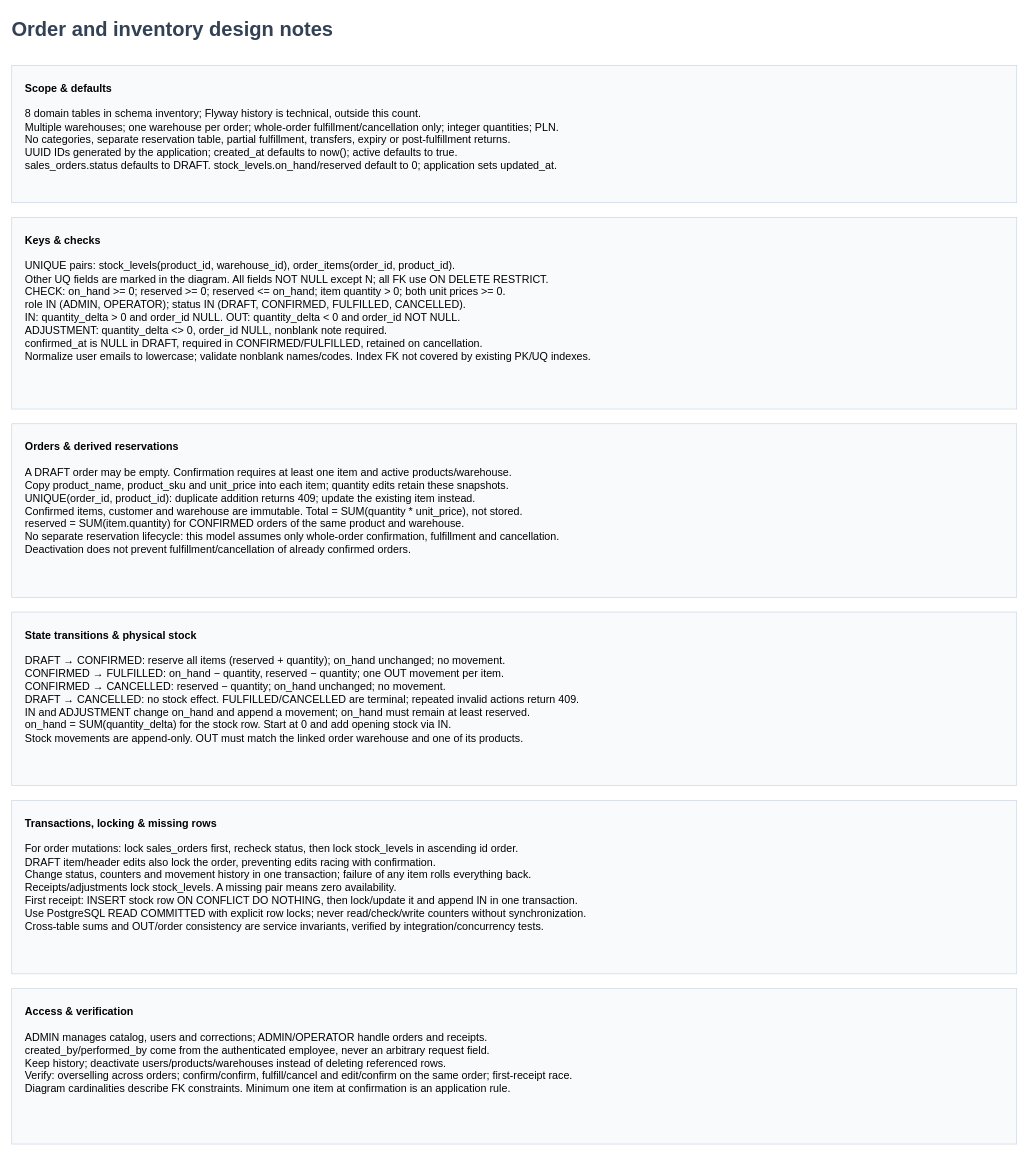
The draw.io diagram page "Design notes" (2 of 2) of docs/schema-design.drawio in bartlomiej-milosz/order-inventory-system, before the edit. Source tidied: cells renumbered, new cells numbered last; positions are measured from the earlier drawing's top-left corner, leaving out a move shared by most shapes. Both pictures are drawn from the tidied source at 67%, with x=0, y=0 at pixel (11, 11).
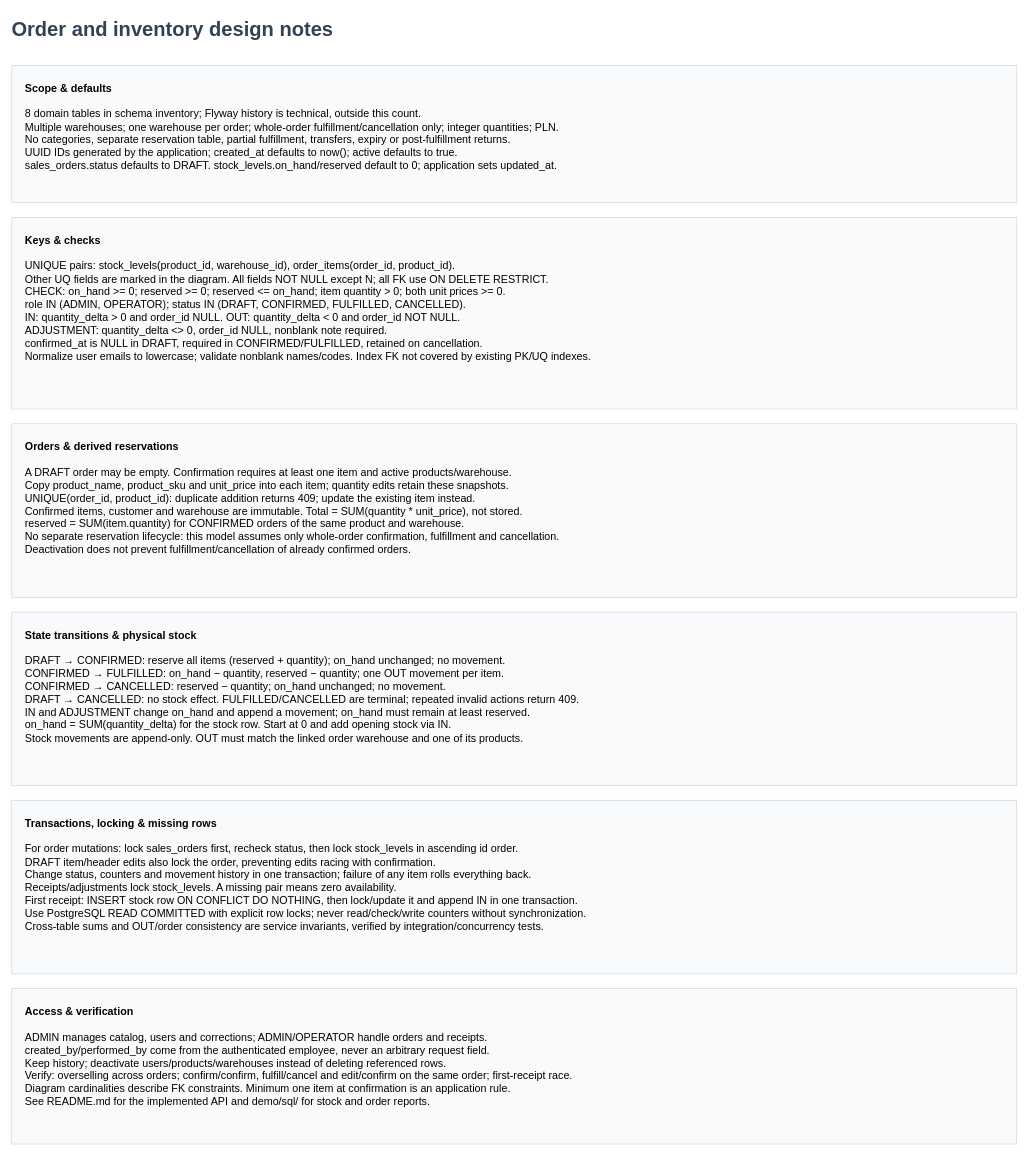
Above is the later version.

Commit message (it also covers changes not shown here):
docs: guide local development and deployment from the README

Change to the diagram source:
```diff
@@
 <mxGraphModel background="#ffffff">
   <root>
     <mxCell id="0" />
     <mxCell id="1" parent="0" />
     <mxCell id="2" value="Order and inventory design notes" style="text;html=1;whiteSpace=wrap;align=left;verticalAlign=middle;fontFamily=Helvetica;fontSize=16;fontColor=#334155;spacing=0;fontSize=30;fontStyle=1;" parent="1" vertex="1">
       <mxGeometry width="1450" height="50" as="geometry" />
     </mxCell>
     <mxCell id="3" value="&lt;b&gt;Scope &amp; defaults&lt;/b&gt;&lt;br&gt;&lt;br&gt;8 domain tables in schema inventory; Flyway history is technical, outside this count.&lt;br&gt;Multiple warehouses; one warehouse per order; whole-order fulfillment/cancellation only; integer quantities; PLN.&lt;br&gt;No categories, separate reservation table, partial fulfillment, transfers, expiry or post-fulfillment returns.&lt;br&gt;UUID IDs generated by the application; created_at defaults to now(); active defaults to true.&lt;br&gt;sales_orders.status defaults to DRAFT. stock_levels.on_hand/reserved default to 0; application sets updated_at." style="rounded=0;html=1;whiteSpace=wrap;align=left;verticalAlign=top;spacing=20;fontFamily=Helvetica;fontSize=16;fillColor=#f8fafc;strokeColor=#cbd5e1;" parent="1" vertex="1">
       <mxGeometry y="80" width="1500" height="205" as="geometry" />
     </mxCell>
     <mxCell id="4" value="&lt;b&gt;Keys &amp; checks&lt;/b&gt;&lt;br&gt;&lt;br&gt;UNIQUE pairs: stock_levels(product_id, warehouse_id), order_items(order_id, product_id).&lt;br&gt;Other UQ fields are marked in the diagram. All fields NOT NULL except N; all FK use ON DELETE RESTRICT.&lt;br&gt;CHECK: on_hand &amp;gt;= 0; reserved &amp;gt;= 0; reserved &amp;lt;= on_hand; item quantity &amp;gt; 0; both unit prices &amp;gt;= 0.&lt;br&gt;role IN (ADMIN, OPERATOR); status IN (DRAFT, CONFIRMED, FULFILLED, CANCELLED).&lt;br&gt;IN: quantity_delta &amp;gt; 0 and order_id NULL. OUT: quantity_delta &amp;lt; 0 and order_id NOT NULL.&lt;br&gt;ADJUSTMENT: quantity_delta &amp;lt;&amp;gt; 0, order_id NULL, nonblank note required.&lt;br&gt;confirmed_at is NULL in DRAFT, required in CONFIRMED/FULFILLED, retained on cancellation.&lt;br&gt;Normalize user emails to lowercase; validate nonblank names/codes. Index FK not covered by existing PK/UQ indexes." style="rounded=0;html=1;whiteSpace=wrap;align=left;verticalAlign=top;spacing=20;fontFamily=Helvetica;fontSize=16;fillColor=#f8fafc;strokeColor=#cbd5e1;" parent="1" vertex="1">
       <mxGeometry y="307" width="1500" height="286" as="geometry" />
     </mxCell>
     <mxCell id="5" value="&lt;b&gt;Orders &amp; derived reservations&lt;/b&gt;&lt;br&gt;&lt;br&gt;A DRAFT order may be empty. Confirmation requires at least one item and active products/warehouse.&lt;br&gt;Copy product_name, product_sku and unit_price into each item; quantity edits retain these snapshots.&lt;br&gt;UNIQUE(order_id, product_id): duplicate addition returns 409; update the existing item instead.&lt;br&gt;Confirmed items, customer and warehouse are immutable. Total = SUM(quantity * unit_price), not stored.&lt;br&gt;reserved = SUM(item.quantity) for CONFIRMED orders of the same product and warehouse.&lt;br&gt;No separate reservation lifecycle: this model assumes only whole-order confirmation, fulfillment and cancellation.&lt;br&gt;Deactivation does not prevent fulfillment/cancellation of already confirmed orders." style="rounded=0;html=1;whiteSpace=wrap;align=left;verticalAlign=top;spacing=20;fontFamily=Helvetica;fontSize=16;fillColor=#f8fafc;strokeColor=#cbd5e1;" parent="1" vertex="1">
       <mxGeometry y="615" width="1500" height="259" as="geometry" />
     </mxCell>
     <mxCell id="6" value="&lt;b&gt;State transitions &amp; physical stock&lt;/b&gt;&lt;br&gt;&lt;br&gt;DRAFT → CONFIRMED: reserve all items (reserved + quantity); on_hand unchanged; no movement.&lt;br&gt;CONFIRMED → FULFILLED: on_hand − quantity, reserved − quantity; one OUT movement per item.&lt;br&gt;CONFIRMED → CANCELLED: reserved − quantity; on_hand unchanged; no movement.&lt;br&gt;DRAFT → CANCELLED: no stock effect. FULFILLED/CANCELLED are terminal; repeated invalid actions return 409.&lt;br&gt;IN and ADJUSTMENT change on_hand and append a movement; on_hand must remain at least reserved.&lt;br&gt;on_hand = SUM(quantity_delta) for the stock row. Start at 0 and add opening stock via IN.&lt;br&gt;Stock movements are append-only. OUT must match the linked order warehouse and one of its products." style="rounded=0;html=1;whiteSpace=wrap;align=left;verticalAlign=top;spacing=20;fontFamily=Helvetica;fontSize=16;fillColor=#f8fafc;strokeColor=#cbd5e1;" parent="1" vertex="1">
       <mxGeometry y="896" width="1500" height="259" as="geometry" />
     </mxCell>
     <mxCell id="7" value="&lt;b&gt;Transactions, locking &amp; missing rows&lt;/b&gt;&lt;br&gt;&lt;br&gt;For order mutations: lock sales_orders first, recheck status, then lock stock_levels in ascending id order.&lt;br&gt;DRAFT item/header edits also lock the order, preventing edits racing with confirmation.&lt;br&gt;Change status, counters and movement history in one transaction; failure of any item rolls everything back.&lt;br&gt;Receipts/adjustments lock stock_levels. A missing pair means zero availability.&lt;br&gt;First receipt: INSERT stock row ON CONFLICT DO NOTHING, then lock/update it and append IN in one transaction.&lt;br&gt;Use PostgreSQL READ COMMITTED with explicit row locks; never read/check/write counters without synchronization.&lt;br&gt;Cross-table sums and OUT/order consistency are service invariants, verified by integration/concurrency tests." style="rounded=0;html=1;whiteSpace=wrap;align=left;verticalAlign=top;spacing=20;fontFamily=Helvetica;fontSize=16;fillColor=#f8fafc;strokeColor=#cbd5e1;" parent="1" vertex="1">
       <mxGeometry y="1177" width="1500" height="259" as="geometry" />
     </mxCell>
-    <mxCell id="8" value="&lt;b&gt;Access &amp; verification&lt;/b&gt;&lt;br&gt;&lt;br&gt;ADMIN manages catalog, users and corrections; ADMIN/OPERATOR handle orders and receipts.&lt;br&gt;created_by/performed_by come from the authenticated employee, never an arbitrary request field.&lt;br&gt;Keep history; deactivate users/products/warehouses instead of deleting referenced rows.&lt;br&gt;Verify: overselling across orders; confirm/confirm, fulfill/cancel and edit/confirm on the same order; first-receipt race.&lt;br&gt;Diagram cardinalities describe FK constraints. Minimum one item at confirmation is an application rule." style="rounded=0;html=1;whiteSpace=wrap;align=left;verticalAlign=top;spacing=20;fontFamily=Helvetica;fontSize=16;fillColor=#f8fafc;strokeColor=#cbd5e1;" parent="1" vertex="1">
+    <mxCell id="8" value="&lt;b&gt;Access &amp; verification&lt;/b&gt;&lt;br&gt;&lt;br&gt;ADMIN manages catalog, users and corrections; ADMIN/OPERATOR handle orders and receipts.&lt;br&gt;created_by/performed_by come from the authenticated employee, never an arbitrary request field.&lt;br&gt;Keep history; deactivate users/products/warehouses instead of deleting referenced rows.&lt;br&gt;Verify: overselling across orders; confirm/confirm, fulfill/cancel and edit/confirm on the same order; first-receipt race.&lt;br&gt;Diagram cardinalities describe FK constraints. Minimum one item at confirmation is an application rule.&lt;br&gt;See README.md for the implemented API and demo/sql/ for stock and order reports." style="rounded=0;html=1;whiteSpace=wrap;align=left;verticalAlign=top;spacing=20;fontFamily=Helvetica;fontSize=16;fillColor=#f8fafc;strokeColor=#cbd5e1;" parent="1" vertex="1">
       <mxGeometry y="1458" width="1500" height="232" as="geometry" />
     </mxCell>
   </root>
 </mxGraphModel>
```
